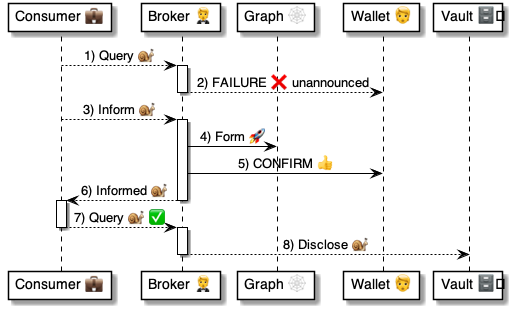
The PlantUML diagram 4 ⚙️ Solution/41 🎭 Domain Roles/Consumers 💼/💼⏩ Consumer flows/Inform 💼⏩📝/💼 Inform ⚙️ uml.png in pollyweb-org/pollyweb-docs, before a commit. Its source is kept beside it as 4 ⚙️ Solution/41 🎭 Domain Roles/Consumers 💼/💼⏩ Consumer flows/Inform 💼⏩📝/💼 Inform ⚙️ uml.puml.
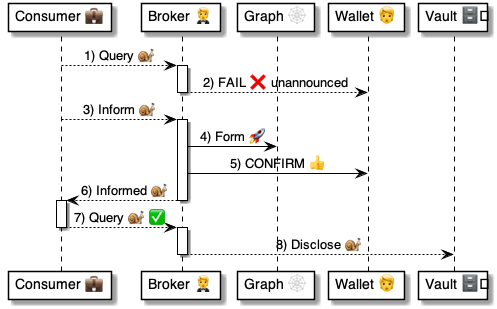
Above is the later version.

Diff of the diagram source:
```diff
@@ -11,7 +11,7 @@
     consumer --> broker: 1) Query 🐌
 
 activate broker
-    broker --> user: 2) FAILURE ❌ unannounced
+    broker --> user: 2) FAIL ❌ unannounced
 deactivate broker
 
     consumer --> broker: 3) Inform 🐌
```
